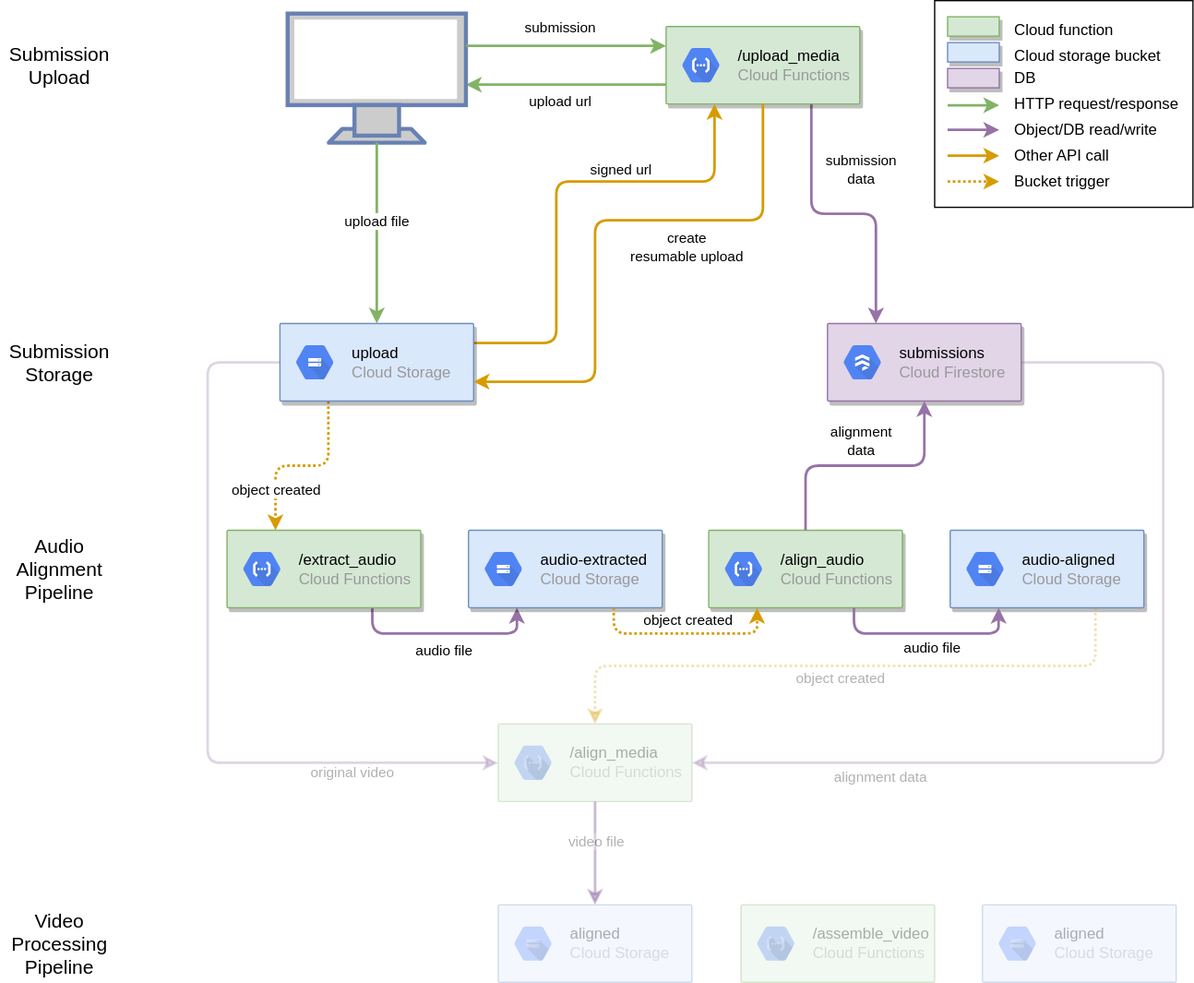
Earlier version of the draw.io export doc/architecture.svg (mrichards42/quarantine-chorus). Source tidied: cells renumbered, new cells last; positions are measured from the earlier drawing's top-left corner, leaving out a move shared by most shapes.
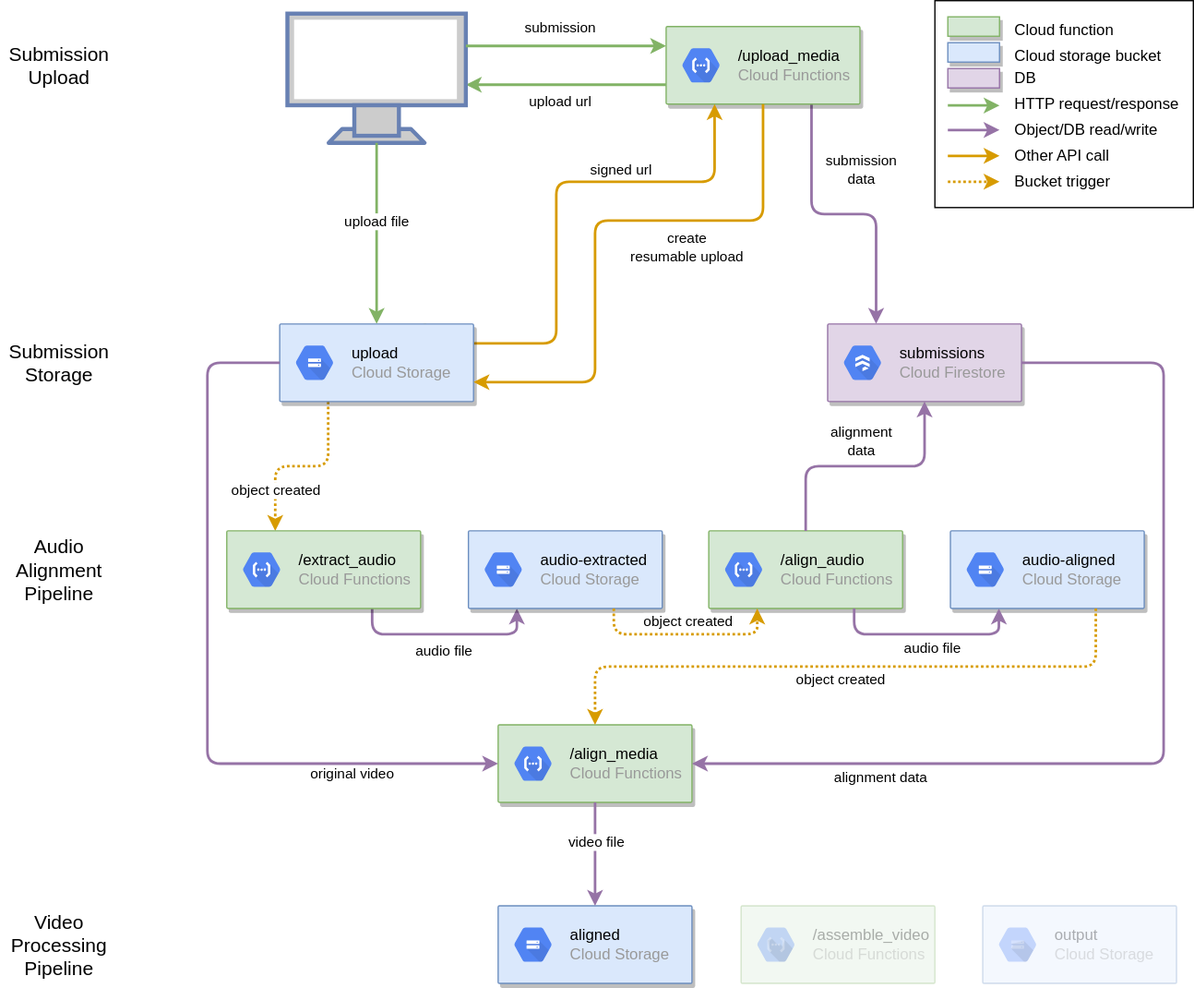
The same diagram one commit later.

Commit message:
Update architecture diagram

It's been like this for a while

Change to the diagram source:
```diff
@@ -171,27 +171,27 @@
     <mxCell id="41" value="&lt;div&gt;Submission&lt;/div&gt;&lt;div&gt;Storage&lt;/div&gt;" style="text;html=1;align=center;verticalAlign=middle;fontSize=15;" parent="1" vertex="1">
       <mxGeometry y="260" width="90" height="40" as="geometry" />
     </mxCell>
-    <mxCell id="42" style="strokeColor=#82b366;shadow=0;strokeWidth=1;rounded=1;absoluteArcSize=1;arcSize=2;fillColor=#d5e8d4;textOpacity=30;opacity=30;" parent="1" vertex="1">
+    <mxCell id="42" style="strokeColor=#82b366;shadow=1;strokeWidth=1;rounded=1;absoluteArcSize=1;arcSize=2;fillColor=#d5e8d4;" parent="1" vertex="1">
       <mxGeometry x="385" y="560" width="150" height="60" as="geometry" />
     </mxCell>
-    <mxCell id="43" value="&lt;font color=&quot;#000000&quot;&gt;/align_media&lt;/font&gt;&lt;br&gt;Cloud Functions" style="dashed=0;html=1;fillColor=#5184F3;strokeColor=none;shape=mxgraph.gcp2.hexIcon;prIcon=cloud_functions;labelPosition=right;verticalLabelPosition=middle;align=left;verticalAlign=middle;spacingLeft=5;fontColor=#999999;fontSize=12;textOpacity=30;opacity=30;shadow=0;" parent="42" vertex="1">
+    <mxCell id="43" value="&lt;font color=&quot;#000000&quot;&gt;/align_media&lt;/font&gt;&lt;br&gt;Cloud Functions" style="dashed=0;html=1;fillColor=#5184F3;strokeColor=none;shape=mxgraph.gcp2.hexIcon;prIcon=cloud_functions;labelPosition=right;verticalLabelPosition=middle;align=left;verticalAlign=middle;spacingLeft=5;fontColor=#999999;fontSize=12;shadow=0;" parent="42" vertex="1">
       <mxGeometry y="0.5" width="44" height="39" relative="1" as="geometry">
         <mxPoint x="5" y="-19.5" as="offset" />
       </mxGeometry>
     </mxCell>
-    <mxCell id="44" style="edgeStyle=orthogonalEdgeStyle;rounded=1;jettySize=auto;html=1;exitX=1;exitY=0.5;exitDx=0;exitDy=0;entryX=1;entryY=0.5;entryDx=0;entryDy=0;strokeWidth=2;fillColor=#e1d5e7;strokeColor=#9673a6;opacity=30;textOpacity=30;" parent="1" edge="1" source="26" target="42">
+    <mxCell id="44" style="edgeStyle=orthogonalEdgeStyle;rounded=1;jettySize=auto;html=1;exitX=1;exitY=0.5;exitDx=0;exitDy=0;entryX=1;entryY=0.5;entryDx=0;entryDy=0;strokeWidth=2;fillColor=#e1d5e7;strokeColor=#9673a6;" parent="1" edge="1" source="26" target="42">
       <mxGeometry relative="1" as="geometry">
         <Array as="points">
           <mxPoint x="900" y="590" />
         </Array>
       </mxGeometry>
     </mxCell>
-    <mxCell id="45" value="&lt;div&gt;alignment data&lt;br&gt;&lt;/div&gt;" style="edgeLabel;html=1;align=center;verticalAlign=middle;textOpacity=30;" parent="44" vertex="1">
+    <mxCell id="45" value="&lt;div&gt;alignment data&lt;br&gt;&lt;/div&gt;" style="edgeLabel;html=1;align=center;verticalAlign=middle;" parent="44" vertex="1">
       <mxGeometry x="0.23" relative="1" as="geometry">
         <mxPoint x="-159" y="10" as="offset" />
       </mxGeometry>
     </mxCell>
-    <mxCell id="46" style="edgeStyle=orthogonalEdgeStyle;rounded=1;jettySize=auto;html=1;exitX=0;exitY=0.5;exitDx=0;exitDy=0;entryX=0;entryY=0.5;entryDx=0;entryDy=0;strokeWidth=2;fillColor=#e1d5e7;strokeColor=#9673a6;opacity=30;textOpacity=30;" parent="1" edge="1" source="22" target="42">
+    <mxCell id="46" style="edgeStyle=orthogonalEdgeStyle;rounded=1;jettySize=auto;html=1;exitX=0;exitY=0.5;exitDx=0;exitDy=0;entryX=0;entryY=0.5;entryDx=0;entryDy=0;strokeWidth=2;fillColor=#e1d5e7;strokeColor=#9673a6;textOpacity=30;" parent="1" edge="1" source="22" target="42">
       <mxGeometry relative="1" as="geometry">
         <Array as="points">
           <mxPoint x="160" y="280" />
@@ -199,26 +199,26 @@
         </Array>
       </mxGeometry>
     </mxCell>
-    <mxCell id="47" value="original video" style="edgeLabel;html=1;align=center;verticalAlign=middle;textOpacity=30;" parent="46" vertex="1">
+    <mxCell id="47" value="original video" style="edgeLabel;html=1;align=center;verticalAlign=middle;" parent="46" vertex="1">
       <mxGeometry x="0.23" relative="1" as="geometry">
         <mxPoint x="111.5" y="11" as="offset" />
       </mxGeometry>
     </mxCell>
-    <mxCell id="48" value="object created" style="edgeStyle=orthogonalEdgeStyle;rounded=1;jettySize=auto;html=1;exitX=0.75;exitY=1;exitDx=0;exitDy=0;entryX=0.5;entryY=0;entryDx=0;entryDy=0;strokeWidth=2;dashed=1;dashPattern=1 1;fillColor=#ffe6cc;strokeColor=#d79b00;opacity=30;textOpacity=30;" parent="1" edge="1" source="33" target="42">
+    <mxCell id="48" value="object created" style="edgeStyle=orthogonalEdgeStyle;rounded=1;jettySize=auto;html=1;exitX=0.75;exitY=1;exitDx=0;exitDy=0;entryX=0.5;entryY=0;entryDx=0;entryDy=0;strokeWidth=2;dashed=1;dashPattern=1 1;fillColor=#ffe6cc;strokeColor=#d79b00;" parent="1" edge="1" source="33" target="42">
       <mxGeometry x="0.02" y="10" relative="1" as="geometry" />
     </mxCell>
-    <mxCell id="49" style="shadow=0;strokeWidth=1;rounded=1;absoluteArcSize=1;arcSize=2;fillColor=#dae8fc;comic=0;strokeColor=#6c8ebf;opacity=30;textOpacity=30;" parent="1" vertex="1">
+    <mxCell id="49" style="shadow=1;strokeWidth=1;rounded=1;absoluteArcSize=1;arcSize=2;fillColor=#dae8fc;comic=0;strokeColor=#6c8ebf;" parent="1" vertex="1">
       <mxGeometry x="385" y="700" width="150" height="60" as="geometry" />
     </mxCell>
-    <mxCell id="50" value="&lt;font color=&quot;#000000&quot;&gt;aligned&lt;/font&gt;&lt;br&gt;Cloud Storage" style="dashed=0;html=1;fillColor=#5184F3;strokeColor=none;shape=mxgraph.gcp2.hexIcon;prIcon=cloud_storage;labelPosition=right;verticalLabelPosition=middle;align=left;verticalAlign=middle;spacingLeft=5;fontColor=#999999;fontSize=12;opacity=30;shadow=0;textOpacity=30;" parent="49" vertex="1">
+    <mxCell id="50" value="&lt;font color=&quot;#000000&quot;&gt;aligned&lt;/font&gt;&lt;br&gt;Cloud Storage" style="dashed=0;html=1;fillColor=#5184F3;strokeColor=none;shape=mxgraph.gcp2.hexIcon;prIcon=cloud_storage;labelPosition=right;verticalLabelPosition=middle;align=left;verticalAlign=middle;spacingLeft=5;fontColor=#999999;fontSize=12;shadow=0;" parent="49" vertex="1">
       <mxGeometry y="0.5" width="44" height="39" relative="1" as="geometry">
         <mxPoint x="5" y="-19.5" as="offset" />
       </mxGeometry>
     </mxCell>
-    <mxCell id="51" style="edgeStyle=orthogonalEdgeStyle;rounded=1;jettySize=auto;html=1;exitX=0.5;exitY=1;exitDx=0;exitDy=0;entryX=0.5;entryY=0;entryDx=0;entryDy=0;strokeWidth=2;fillColor=#e1d5e7;strokeColor=#9673a6;opacity=50;textOpacity=30;" parent="1" edge="1" source="42" target="49">
+    <mxCell id="51" style="edgeStyle=orthogonalEdgeStyle;rounded=1;jettySize=auto;html=1;exitX=0.5;exitY=1;exitDx=0;exitDy=0;entryX=0.5;entryY=0;entryDx=0;entryDy=0;strokeWidth=2;fillColor=#e1d5e7;strokeColor=#9673a6;" parent="1" edge="1" source="42" target="49">
       <mxGeometry relative="1" as="geometry" />
     </mxCell>
-    <mxCell id="52" value="video file" style="edgeLabel;html=1;align=center;verticalAlign=middle;textOpacity=30;" parent="51" vertex="1">
+    <mxCell id="52" value="video file" style="edgeLabel;html=1;align=center;verticalAlign=middle;" parent="51" vertex="1">
       <mxGeometry x="-0.26" relative="1" as="geometry" />
     </mxCell>
     <mxCell id="53" style="strokeColor=#82b366;shadow=0;strokeWidth=1;rounded=1;absoluteArcSize=1;arcSize=2;fillColor=#d5e8d4;opacity=30;textOpacity=30;" parent="1" vertex="1">
@@ -232,7 +232,7 @@
     <mxCell id="55" style="shadow=0;strokeWidth=1;rounded=1;absoluteArcSize=1;arcSize=2;fillColor=#dae8fc;comic=0;strokeColor=#6c8ebf;opacity=30;textOpacity=30;" parent="1" vertex="1">
       <mxGeometry x="760" y="700" width="150" height="60" as="geometry" />
     </mxCell>
-    <mxCell id="56" value="&lt;font color=&quot;#000000&quot;&gt;aligned&lt;/font&gt;&lt;br&gt;Cloud Storage" style="dashed=0;html=1;fillColor=#5184F3;strokeColor=none;shape=mxgraph.gcp2.hexIcon;prIcon=cloud_storage;labelPosition=right;verticalLabelPosition=middle;align=left;verticalAlign=middle;spacingLeft=5;fontColor=#999999;fontSize=12;opacity=30;shadow=0;textOpacity=30;" parent="55" vertex="1">
+    <mxCell id="56" value="&lt;font color=&quot;#000000&quot;&gt;output&lt;/font&gt;&lt;br&gt;Cloud Storage" style="dashed=0;html=1;fillColor=#5184F3;strokeColor=none;shape=mxgraph.gcp2.hexIcon;prIcon=cloud_storage;labelPosition=right;verticalLabelPosition=middle;align=left;verticalAlign=middle;spacingLeft=5;fontColor=#999999;fontSize=12;opacity=30;shadow=0;textOpacity=30;" parent="55" vertex="1">
       <mxGeometry y="0.5" width="44" height="39" relative="1" as="geometry">
         <mxPoint x="5" y="-19.5" as="offset" />
       </mxGeometry>
```
